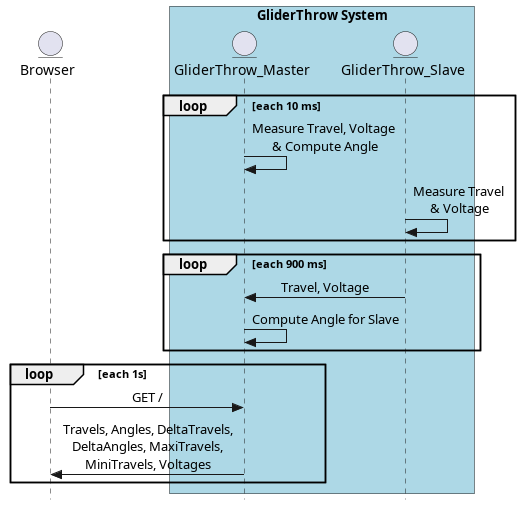
Above: docs/_static/GliderThrowSequence.png in adesandr/GliderThrow_Meter (PlantUML), before the change. Its diagram source:
```plantuml
@startuml GliderThrow
    skinparam style strictuml
    skinparam SequenceMessageAlignment center
    entity Browser
    box "GliderThrow System" #LightBlue
        entity GliderThrow_Master
        entity GliderThrow_Slave
    end box


    loop each 10 ms
        GliderThrow_Master -> GliderThrow_Master : Measure Travel, Voltage\n & Compute Angle
        GliderThrow_Slave -> GliderThrow_Slave : Measure Travel\n & Voltage
    end

    loop each 900 ms
        GliderThrow_Slave -> GliderThrow_Master : Travel, Voltage
        GliderThrow_Master -> GliderThrow_Master : Compute Angle for Slave
    end

    loop each 1s
        Browser -> GliderThrow_Master : GET /
        GliderThrow_Master -> Browser : Travels, Angles, DeltaTravels,\n DeltaAngles, MaxiTravels, \nMiniTravels, Voltages
    end

@enduml
```
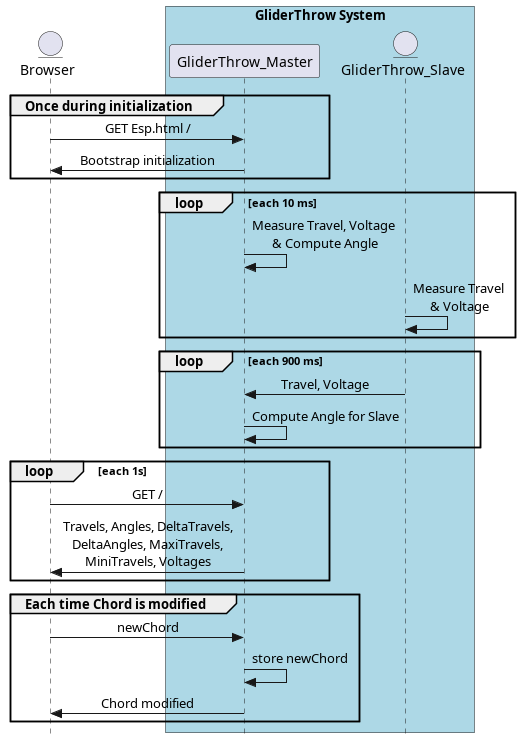
Later version of the same file.

Change to the diagram source:
```diff
@@ -1,12 +1,17 @@
-@startuml GliderThrow
+@startuml GliderThrowSequence
     skinparam style strictuml
     skinparam SequenceMessageAlignment center
     entity Browser
+
+    group Once during initialization
+        Browser -> GliderThrow_Master : GET Esp.html /
+        GliderThrow_Master -> Browser : Bootstrap initialization
+    end
+
     box "GliderThrow System" #LightBlue
         entity GliderThrow_Master
         entity GliderThrow_Slave
     end box
-
 
     loop each 10 ms
         GliderThrow_Master -> GliderThrow_Master : Measure Travel, Voltage\n & Compute Angle
@@ -23,4 +28,10 @@
         GliderThrow_Master -> Browser : Travels, Angles, DeltaTravels,\n DeltaAngles, MaxiTravels, \nMiniTravels, Voltages
     end
 
+    group Each time Chord is modified
+        Browser -> GliderThrow_Master : newChord
+        GliderThrow_Master -> GliderThrow_Master : store newChord
+        GliderThrow_Master -> Browser : Chord modified
+    end
+
 @enduml
```
